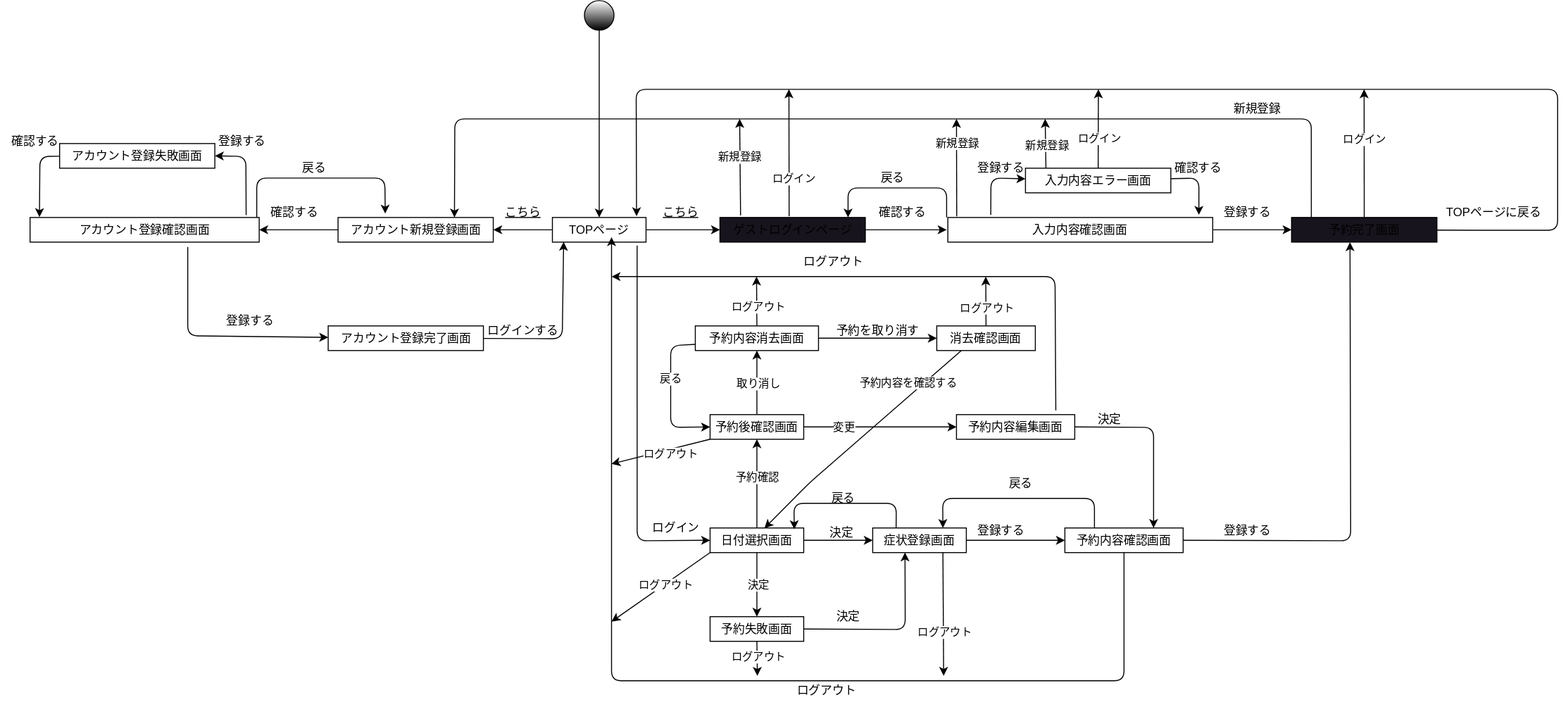
Before: pj.drawio.svg, a diagram exported from draw.io (sakamotoshuri/uml_introduction). Source tidied: cells renumbered, new cells last; positions are measured from the earlier drawing's top-left corner, leaving out a move shared by most shapes.
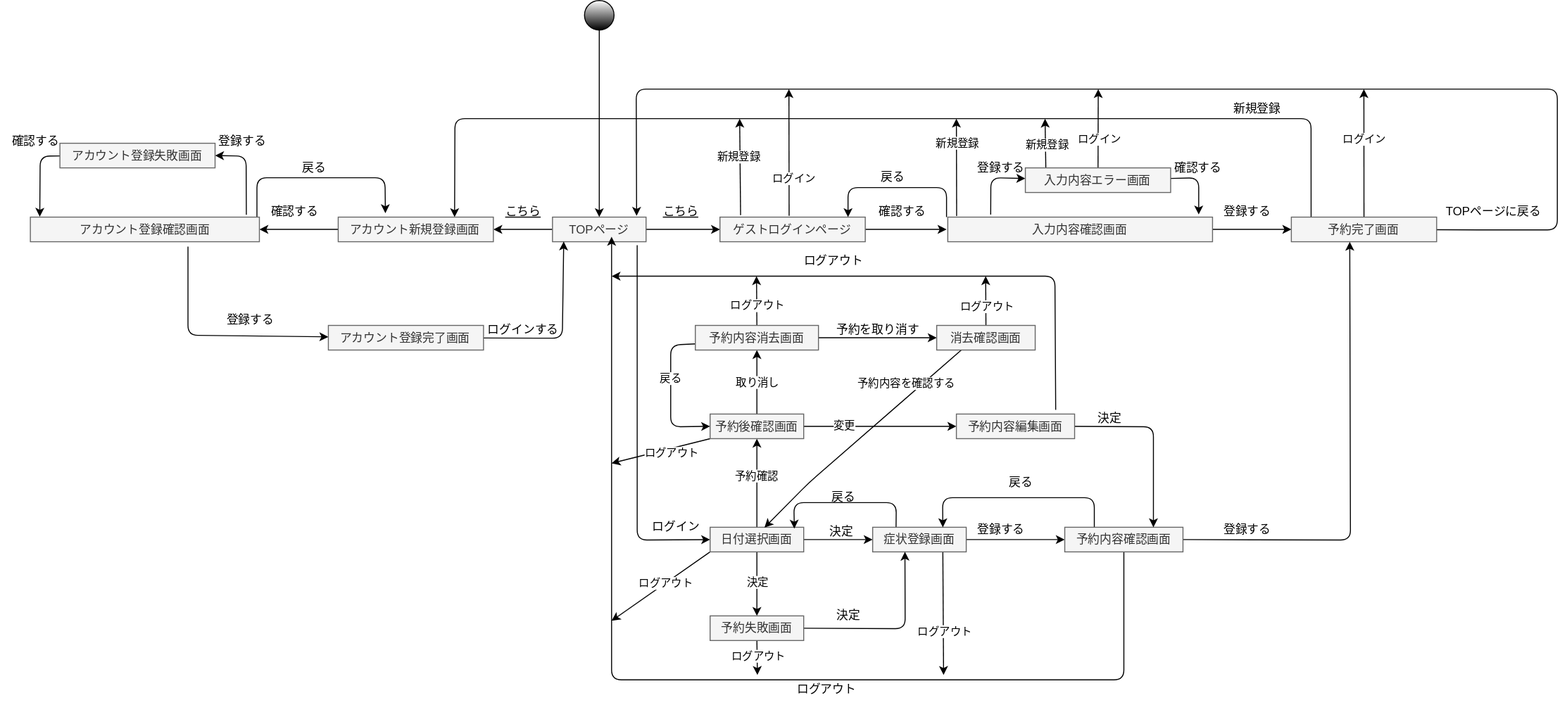
Later version of the same file.

What changed in the source:
```diff
@@ -39,7 +39,7 @@
         </Array>
       </mxGeometry>
     </mxCell>
-    <mxCell id="9" value="TOPページ" style="whiteSpace=wrap;html=1;gradientColor=none;fillColor=default;" parent="1" vertex="1">
+    <mxCell id="9" value="TOPページ" style="whiteSpace=wrap;html=1;fillColor=#f5f5f5;fontColor=#333333;strokeColor=#666666;" parent="1" vertex="1">
       <mxGeometry x="560" y="220" width="95" height="25" as="geometry" />
     </mxCell>
     <mxCell id="10" style="edgeStyle=none;html=1;" parent="1" edge="1" source="15">
@@ -65,7 +65,7 @@
     <mxCell id="14" value="新規登録" style="edgeLabel;html=1;align=center;verticalAlign=middle;" parent="13" vertex="1">
       <mxGeometry x="0.23" y="2" relative="1" as="geometry" />
     </mxCell>
-    <mxCell id="15" value="ゲストログインページ" style="whiteSpace=wrap;html=1;gradientColor=none;fillColor=#18141D;" parent="1" vertex="1">
+    <mxCell id="15" value="ゲストログインページ" style="whiteSpace=wrap;html=1;fillColor=#f5f5f5;fontColor=#333333;strokeColor=#666666;" parent="1" vertex="1">
       <mxGeometry x="730" y="220" width="147.5" height="25" as="geometry" />
     </mxCell>
     <mxCell id="16" style="edgeStyle=none;html=1;" parent="1" edge="1" target="27">
@@ -132,7 +132,7 @@
         </Array>
       </mxGeometry>
     </mxCell>
-    <mxCell id="27" value="予約完了画面" style="whiteSpace=wrap;html=1;gradientColor=none;fillColor=#18141D;" parent="1" vertex="1">
+    <mxCell id="27" value="予約完了画面" style="whiteSpace=wrap;html=1;fillColor=#f5f5f5;fontColor=#333333;strokeColor=#666666;" parent="1" vertex="1">
       <mxGeometry x="1310" y="220" width="147.5" height="25" as="geometry" />
     </mxCell>
     <mxCell id="28" value="登録する" style="text;html=1;align=center;verticalAlign=middle;strokeColor=none;fillColor=none;" parent="1" vertex="1">
@@ -166,7 +166,7 @@
         <mxPoint y="-12" as="offset" />
       </mxGeometry>
     </mxCell>
-    <mxCell id="34" value="入力内容エラー画面" style="whiteSpace=wrap;html=1;gradientColor=none;fillColor=default;" parent="1" vertex="1">
+    <mxCell id="34" value="入力内容エラー画面" style="whiteSpace=wrap;html=1;fillColor=#f5f5f5;fontColor=#333333;strokeColor=#666666;" parent="1" vertex="1">
       <mxGeometry x="1040" y="170" width="147.5" height="25" as="geometry" />
     </mxCell>
     <mxCell id="35" value="登録する" style="text;html=1;align=center;verticalAlign=middle;strokeColor=none;fillColor=none;" parent="1" vertex="1">
@@ -184,7 +184,7 @@
     <mxCell id="39" style="edgeStyle=none;html=1;" parent="1" edge="1" source="40" target="45">
       <mxGeometry relative="1" as="geometry" />
     </mxCell>
-    <mxCell id="40" value="アカウント新規登録画面" style="whiteSpace=wrap;html=1;gradientColor=none;fillColor=default;" parent="1" vertex="1">
+    <mxCell id="40" value="アカウント新規登録画面" style="whiteSpace=wrap;html=1;fillColor=#f5f5f5;fontColor=#333333;strokeColor=#666666;" parent="1" vertex="1">
       <mxGeometry x="342.5" y="220" width="157.5" height="25" as="geometry" />
     </mxCell>
     <mxCell id="41" value="&lt;u&gt;こちら&lt;/u&gt;" style="text;html=1;align=center;verticalAlign=middle;strokeColor=none;fillColor=none;" parent="1" vertex="1">
@@ -215,10 +215,10 @@
         </Array>
       </mxGeometry>
     </mxCell>
-    <mxCell id="45" value="アカウント登録確認画面" style="whiteSpace=wrap;html=1;gradientColor=none;fillColor=default;" parent="1" vertex="1">
+    <mxCell id="45" value="アカウント登録確認画面" style="whiteSpace=wrap;html=1;fillColor=#f5f5f5;fontColor=#333333;strokeColor=#666666;" parent="1" vertex="1">
       <mxGeometry x="30" y="220" width="232.5" height="25" as="geometry" />
     </mxCell>
-    <mxCell id="46" value="確認する" style="text;html=1;align=center;verticalAlign=middle;strokeColor=none;fillColor=none;" parent="1" vertex="1">
+    <mxCell id="46" value="確認する" style="text;html=1;align=center;verticalAlign=middle;" parent="1" vertex="1">
       <mxGeometry x="262.5" y="200" width="70" height="30" as="geometry" />
     </mxCell>
     <mxCell id="47" style="edgeStyle=none;html=1;startArrow=none;startFill=0;endArrow=classic;endFill=1;entryX=0.12;entryY=0.991;entryDx=0;entryDy=0;entryPerimeter=0;" parent="1" edge="1" source="48" target="9">
@@ -228,10 +228,10 @@
         </Array>
       </mxGeometry>
     </mxCell>
-    <mxCell id="48" value="アカウント登録完了画面" style="whiteSpace=wrap;html=1;gradientColor=none;fillColor=default;" parent="1" vertex="1">
+    <mxCell id="48" value="アカウント登録完了画面" style="whiteSpace=wrap;html=1;fillColor=#f5f5f5;fontColor=#333333;strokeColor=#666666;" parent="1" vertex="1">
       <mxGeometry x="332.5" y="330" width="157.5" height="25" as="geometry" />
     </mxCell>
-    <mxCell id="49" value="登録する" style="text;html=1;align=center;verticalAlign=middle;strokeColor=none;fillColor=none;" parent="1" vertex="1">
+    <mxCell id="49" value="登録する" style="text;html=1;align=center;verticalAlign=middle;" parent="1" vertex="1">
       <mxGeometry x="217.5" y="310" width="70" height="30" as="geometry" />
     </mxCell>
     <mxCell id="50" style="edgeStyle=none;html=1;entryX=0.041;entryY=-0.015;entryDx=0;entryDy=0;entryPerimeter=0;" parent="1" edge="1" source="51" target="45">
@@ -241,16 +241,16 @@
         </Array>
       </mxGeometry>
     </mxCell>
-    <mxCell id="51" value="アカウント登録失敗画面" style="whiteSpace=wrap;html=1;gradientColor=none;fillColor=default;" parent="1" vertex="1">
+    <mxCell id="51" value="アカウント登録失敗画面" style="whiteSpace=wrap;html=1;fillColor=#f5f5f5;fontColor=#333333;strokeColor=#666666;" parent="1" vertex="1">
       <mxGeometry x="60" y="145" width="157.5" height="25" as="geometry" />
     </mxCell>
-    <mxCell id="52" value="登録する" style="text;html=1;align=center;verticalAlign=middle;strokeColor=none;fillColor=none;" parent="1" vertex="1">
+    <mxCell id="52" value="登録する" style="text;html=1;align=center;verticalAlign=middle;" parent="1" vertex="1">
       <mxGeometry x="210" y="127.5" width="70" height="30" as="geometry" />
     </mxCell>
-    <mxCell id="53" value="確認する" style="text;html=1;align=center;verticalAlign=middle;strokeColor=none;fillColor=none;" parent="1" vertex="1">
+    <mxCell id="53" value="確認する" style="text;html=1;align=center;verticalAlign=middle;" parent="1" vertex="1">
       <mxGeometry y="127.5" width="70" height="30" as="geometry" />
     </mxCell>
-    <mxCell id="54" value="戻る" style="text;html=1;align=center;verticalAlign=middle;strokeColor=none;fillColor=none;" parent="1" vertex="1">
+    <mxCell id="54" value="戻る" style="text;html=1;align=center;verticalAlign=middle;" parent="1" vertex="1">
       <mxGeometry x="292.5" y="155" width="50" height="30" as="geometry" />
     </mxCell>
     <mxCell id="55" value="新規登録" style="text;html=1;align=center;verticalAlign=middle;strokeColor=none;fillColor=none;" parent="1" vertex="1">
@@ -286,7 +286,7 @@
     <mxCell id="63" value="予約確認" style="edgeLabel;html=1;align=center;verticalAlign=middle;" parent="62" vertex="1">
       <mxGeometry x="0.18" y="1" relative="1" as="geometry" />
     </mxCell>
-    <mxCell id="64" value="日付選択画面" style="whiteSpace=wrap;html=1;gradientColor=none;fillColor=default;" parent="1" vertex="1">
+    <mxCell id="64" value="日付選択画面" style="whiteSpace=wrap;html=1;fillColor=#f5f5f5;fontColor=#333333;strokeColor=#666666;" parent="1" vertex="1">
       <mxGeometry x="720" y="535" width="95" height="25" as="geometry" />
     </mxCell>
     <mxCell id="65" value="ログイン" style="text;html=1;align=center;verticalAlign=middle;strokeColor=none;fillColor=none;" parent="1" vertex="1">
@@ -311,7 +311,7 @@
     <mxCell id="69" value="ログアウト" style="edgeLabel;html=1;align=center;verticalAlign=middle;" parent="68" vertex="1">
       <mxGeometry x="0.28" relative="1" as="geometry" />
     </mxCell>
-    <mxCell id="70" value="症状登録画面" style="whiteSpace=wrap;html=1;gradientColor=none;fillColor=default;" parent="1" vertex="1">
+    <mxCell id="70" value="症状登録画面" style="whiteSpace=wrap;html=1;fillColor=#f5f5f5;fontColor=#333333;strokeColor=#666666;" parent="1" vertex="1">
       <mxGeometry x="885" y="535" width="95" height="25" as="geometry" />
     </mxCell>
     <mxCell id="71" value="決定" style="text;html=1;align=center;verticalAlign=middle;strokeColor=none;fillColor=none;" parent="1" vertex="1">
@@ -341,7 +341,7 @@
         </Array>
       </mxGeometry>
     </mxCell>
-    <mxCell id="75" value="予約内容確認画面" style="whiteSpace=wrap;html=1;gradientColor=none;fillColor=default;" parent="1" vertex="1">
+    <mxCell id="75" value="予約内容確認画面" style="whiteSpace=wrap;html=1;fillColor=#f5f5f5;fontColor=#333333;strokeColor=#666666;" parent="1" vertex="1">
       <mxGeometry x="1080" y="535" width="120" height="25" as="geometry" />
     </mxCell>
     <mxCell id="76" value="登録する" style="text;html=1;align=center;verticalAlign=middle;strokeColor=none;fillColor=none;" parent="1" vertex="1">
@@ -373,7 +373,7 @@
         <mxPoint y="2" as="offset" />
       </mxGeometry>
     </mxCell>
-    <mxCell id="83" value="予約失敗画面" style="whiteSpace=wrap;html=1;gradientColor=none;fillColor=default;" parent="1" vertex="1">
+    <mxCell id="83" value="予約失敗画面" style="whiteSpace=wrap;html=1;fillColor=#f5f5f5;fontColor=#333333;strokeColor=#666666;" parent="1" vertex="1">
       <mxGeometry x="720" y="625" width="95" height="25" as="geometry" />
     </mxCell>
     <mxCell id="84" value="決定" style="text;html=1;align=center;verticalAlign=middle;strokeColor=none;fillColor=none;" parent="1" vertex="1">
@@ -406,7 +406,7 @@
         <mxPoint x="20" as="offset" />
       </mxGeometry>
     </mxCell>
-    <mxCell id="92" value="予約後確認画面" style="whiteSpace=wrap;html=1;gradientColor=none;fillColor=default;" parent="1" vertex="1">
+    <mxCell id="92" value="予約後確認画面" style="whiteSpace=wrap;html=1;fillColor=#f5f5f5;fontColor=#333333;strokeColor=#666666;" parent="1" vertex="1">
       <mxGeometry x="720" y="420" width="95" height="25" as="geometry" />
     </mxCell>
     <mxCell id="93" style="edgeStyle=none;html=1;" parent="1" edge="1" source="98" target="103">
@@ -433,7 +433,7 @@
         <mxPoint x="1" y="-8" as="offset" />
       </mxGeometry>
     </mxCell>
-    <mxCell id="98" value="予約内容消去画面" style="whiteSpace=wrap;html=1;gradientColor=none;fillColor=default;" parent="1" vertex="1">
+    <mxCell id="98" value="予約内容消去画面" style="whiteSpace=wrap;html=1;fillColor=#f5f5f5;fontColor=#333333;strokeColor=#666666;" parent="1" vertex="1">
       <mxGeometry x="705" y="330" width="125" height="25" as="geometry" />
     </mxCell>
     <mxCell id="99" style="edgeStyle=none;html=1;exitX=0.25;exitY=1;exitDx=0;exitDy=0;entryX=0.581;entryY=0.011;entryDx=0;entryDy=0;entryPerimeter=0;" parent="1" edge="1" source="103" target="64">
@@ -458,7 +458,7 @@
         <mxPoint x="1" y="-2" as="offset" />
       </mxGeometry>
     </mxCell>
-    <mxCell id="103" value="消去確認画面" style="whiteSpace=wrap;html=1;gradientColor=none;fillColor=default;" parent="1" vertex="1">
+    <mxCell id="103" value="消去確認画面" style="whiteSpace=wrap;html=1;fillColor=#f5f5f5;fontColor=#333333;strokeColor=#666666;" parent="1" vertex="1">
       <mxGeometry x="950" y="330" width="100" height="25" as="geometry" />
     </mxCell>
     <mxCell id="104" value="予約を取り消す" style="text;html=1;align=center;verticalAlign=middle;strokeColor=none;fillColor=none;" parent="1" vertex="1">
@@ -479,7 +479,7 @@
         </Array>
       </mxGeometry>
     </mxCell>
-    <mxCell id="107" value="予約内容編集画面" style="whiteSpace=wrap;html=1;gradientColor=none;fillColor=default;" parent="1" vertex="1">
+    <mxCell id="107" value="予約内容編集画面" style="whiteSpace=wrap;html=1;fillColor=#f5f5f5;fontColor=#333333;strokeColor=#666666;" parent="1" vertex="1">
       <mxGeometry x="970" y="420" width="120" height="25" as="geometry" />
     </mxCell>
     <mxCell id="108" value="決定" style="text;html=1;align=center;verticalAlign=middle;strokeColor=none;fillColor=none;" parent="1" vertex="1">
@@ -488,7 +488,7 @@
     <mxCell id="109" value="ログアウト" style="text;html=1;align=center;verticalAlign=middle;strokeColor=none;fillColor=none;" parent="1" vertex="1">
       <mxGeometry x="805" y="250" width="80" height="30" as="geometry" />
     </mxCell>
-    <mxCell id="110" value="入力内容確認画面" style="whiteSpace=wrap;html=1;" parent="1" vertex="1">
+    <mxCell id="110" value="入力内容確認画面" style="whiteSpace=wrap;html=1;fillColor=#f5f5f5;fontColor=#333333;strokeColor=#666666;" parent="1" vertex="1">
       <mxGeometry x="961.2" y="220" width="268.8" height="25" as="geometry" />
     </mxCell>
   </root>
```
